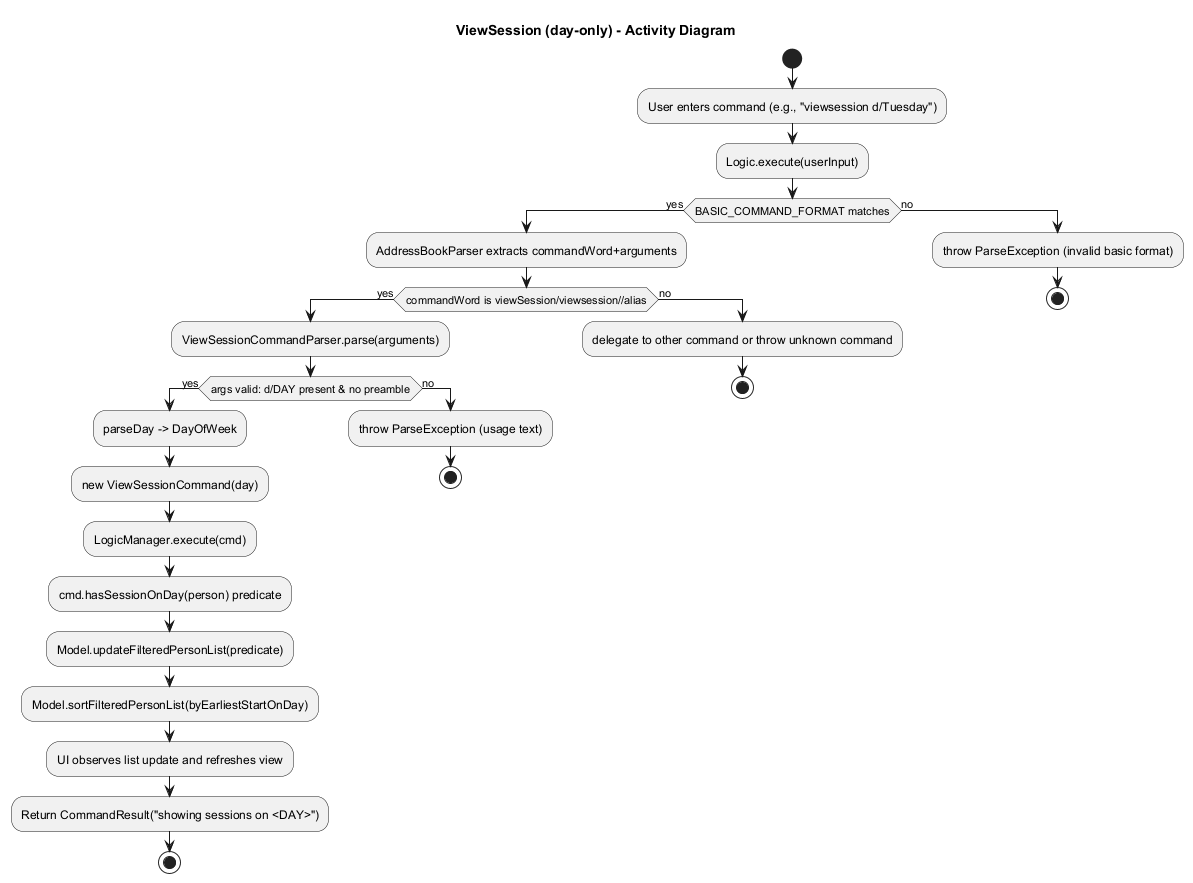
The PlantUML diagram docs/images/ViewSessionActivityDiagram.png in tgonet/tp, before a commit.
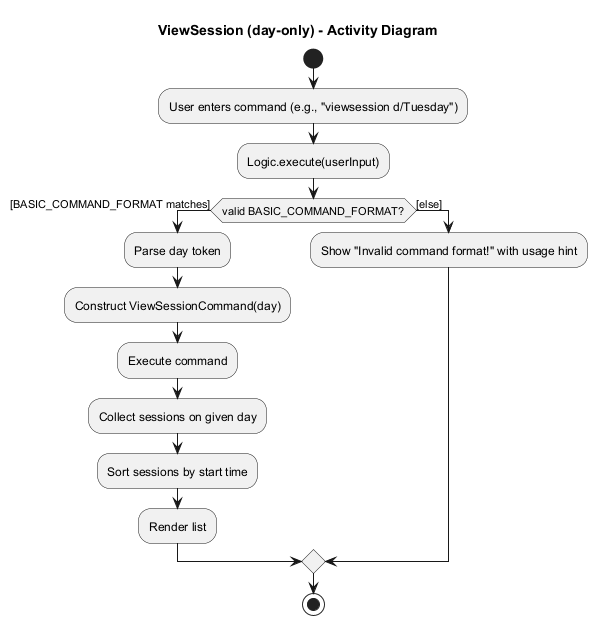
The same file after the commit.

The edit, as a diff of the source:
```diff
@@ -5,30 +5,16 @@
 :User enters command (e.g., "viewsession d/Tuesday");
 :Logic.execute(userInput);
 
-if (BASIC_COMMAND_FORMAT matches) then (yes)
-  :AddressBookParser extracts commandWord+arguments;
-  if (commandWord is viewSession/viewsession//alias) then (yes)
-    :ViewSessionCommandParser.parse(arguments);
-    if (args valid: d/DAY present & no preamble) then (yes)
-      :parseDay -> DayOfWeek;
-      :new ViewSessionCommand(day);
-      :LogicManager.execute(cmd);
-      :cmd.hasSessionOnDay(person) predicate;
-      :Model.updateFilteredPersonList(predicate);
-      :Model.sortFilteredPersonList(byEarliestStartOnDay);
-      :UI observes list update and refreshes view;
-      :Return CommandResult("showing sessions on <DAY>");
-      stop
-    else (no)
-      :throw ParseException (usage text);
-      stop
-    endif
-  else (no)
-    :delegate to other command or throw unknown command;
-    stop
-  endif
-else (no)
-  :throw ParseException (invalid basic format);
-  stop
+if (valid BASIC_COMMAND_FORMAT?) then ([BASIC_COMMAND_FORMAT matches])
+  :Parse day token;
+  :Construct ViewSessionCommand(day);
+  :Execute command;
+  :Collect sessions on given day;
+  :Sort sessions by start time;
+  :Render list;
+else ([else])
+  :Show "Invalid command format!" with usage hint;
 endif
+
+stop
 @enduml
```
